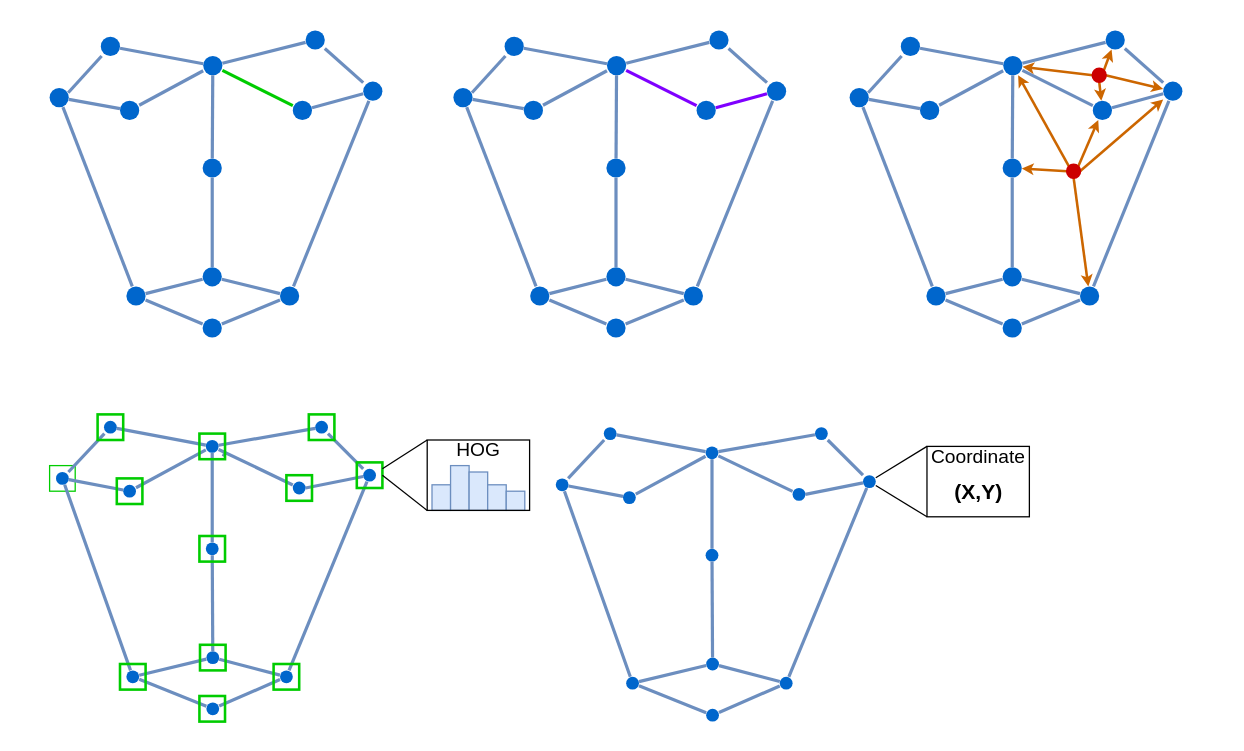
The draw.io diagram page "undefined_FG" (6 of 6) of FG_example.drawio in 1009351456/Anonymous, before the edit. Source tidied: cells renumbered, new cells numbered last; positions are measured from the earlier drawing's top-left corner, leaving out a move shared by most shapes. Both pictures are drawn from the tidied source at 64%, with x=0, y=0 at pixel (11, 11).
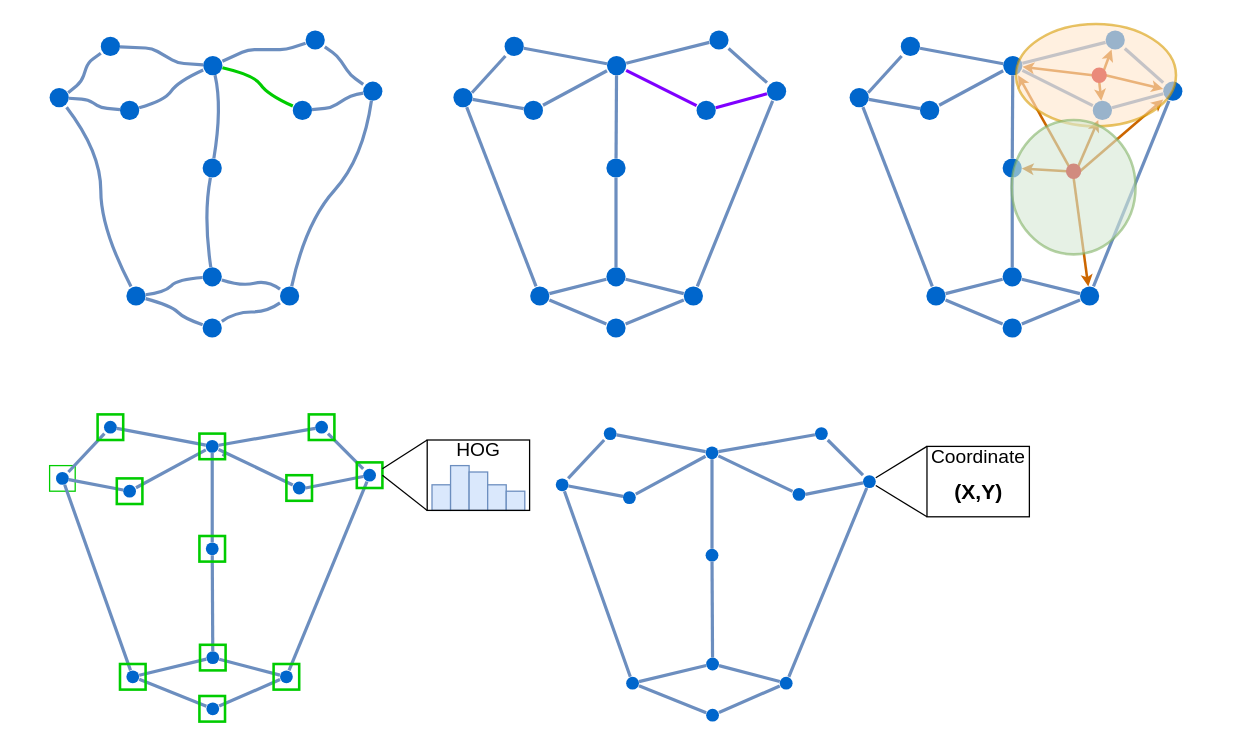
Above is the later version.

The change refers to these unchanged cells:
```xml
<mxCell id="5" style="shape=ellipse;fillColor=#0066CC;strokeColor=none;html=1;" parent="1" vertex="1">
  <mxGeometry x="60" y="120" width="30" height="30" as="geometry" />
</mxCell>
<mxCell id="6" style="shape=ellipse;fillColor=#0066CC;strokeColor=none;html=1;" parent="1" vertex="1">
  <mxGeometry x="140" y="40" width="30" height="30" as="geometry" />
</mxCell>
<mxCell id="7" style="shape=ellipse;fillColor=#0066CC;strokeColor=none;html=1;" parent="1" vertex="1">
  <mxGeometry x="300" y="70" width="30" height="30" as="geometry" />
</mxCell>
<mxCell id="8" style="shape=ellipse;fillColor=#0066CC;strokeColor=none;html=1;" parent="1" vertex="1">
  <mxGeometry x="299.1" y="230" width="30" height="30" as="geometry" />
</mxCell>
<mxCell id="9" style="shape=ellipse;fillColor=#0066CC;strokeColor=none;html=1;" parent="1" vertex="1">
  <mxGeometry x="460" y="30" width="30" height="30" as="geometry" />
</mxCell>
<mxCell id="10" style="shape=ellipse;fillColor=#0066CC;strokeColor=none;html=1;" parent="1" vertex="1">
  <mxGeometry x="550" y="110" width="30" height="30" as="geometry" />
</mxCell>
<mxCell id="11" style="shape=ellipse;fillColor=#0066CC;strokeColor=none;html=1;" parent="1" vertex="1">
  <mxGeometry x="180" y="430" width="30" height="30" as="geometry" />
</mxCell>
<mxCell id="12" style="shape=ellipse;fillColor=#0066CC;strokeColor=none;html=1;" parent="1" vertex="1">
  <mxGeometry x="420" y="430" width="30" height="30" as="geometry" />
</mxCell>
<mxCell id="13" style="shape=ellipse;fillColor=#0066CC;strokeColor=none;html=1;" parent="1" vertex="1">
  <mxGeometry x="299.1" y="400" width="30" height="30" as="geometry" />
</mxCell>
<mxCell id="14" style="shape=ellipse;fillColor=#0066CC;strokeColor=none;html=1;" parent="1" vertex="1">
  <mxGeometry x="299.1" y="480" width="30" height="30" as="geometry" />
</mxCell>
<mxCell id="27" style="shape=ellipse;fillColor=#0066CC;strokeColor=none;html=1;" parent="1" vertex="1">
  <mxGeometry x="170" y="140" width="30" height="30" as="geometry" />
</mxCell>
<mxCell id="28" style="shape=ellipse;fillColor=#0066CC;strokeColor=none;html=1;" parent="1" vertex="1">
  <mxGeometry x="440" y="140" width="30" height="30" as="geometry" />
</mxCell>
```

The edit, as a diff of the source:
```diff
@@
     <mxCell id="2" style="rounded=0;whiteSpace=wrap;html=1;strokeColor=none;strokeWidth=4;fillColor=#ffffff;gradientColor=none;fontFamily=Helvetica;fontSize=33;" parent="1" vertex="1">
-      <mxGeometry width="1910" height="1140" as="geometry" />
+      <mxGeometry width="1870" height="1140" as="geometry" />
     </mxCell>
@@
     <mxCell id="15" style="endArrow=none;html=1;fontSize=56;exitX=0.967;exitY=0.246;exitDx=0;exitDy=0;strokeWidth=5;fillColor=#dae8fc;strokeColor=#6c8ebf;exitPerimeter=0;" parent="1" edge="1" source="5" target="6">
-      <mxGeometry relative="1" as="geometry" />
+      <mxGeometry relative="1" as="geometry">
+        <Array as="points">
+          <mxPoint x="110" y="110" />
+          <mxPoint x="120" y="80" />
+        </Array>
+      </mxGeometry>
     </mxCell>
     <mxCell id="16" style="endArrow=none;html=1;fontSize=56;strokeWidth=5;fillColor=#dae8fc;strokeColor=#6c8ebf;" parent="1" edge="1" source="6" target="7">
-      <mxGeometry relative="1" as="geometry" />
+      <mxGeometry relative="1" as="geometry">
+        <Array as="points">
+          <mxPoint x="220" y="58" />
+          <mxPoint x="260" y="81" />
+        </Array>
+      </mxGeometry>
     </mxCell>
-    <mxCell id="17" style="endArrow=none;html=1;fontSize=56;strokeWidth=5;fillColor=#dae8fc;strokeColor=#6c8ebf;" parent="1" edge="1" source="7" target="8">
-      <mxGeometry relative="1" as="geometry" />
+    <mxCell id="17" style="endArrow=none;html=1;fontSize=56;strokeWidth=5;fillColor=#dae8fc;strokeColor=#6c8ebf;curved=1;" parent="1" edge="1" source="7" target="8">
+      <mxGeometry relative="1" as="geometry">
+        <Array as="points">
+          <mxPoint x="330" y="150" />
+        </Array>
+      </mxGeometry>
     </mxCell>
     <mxCell id="18" style="endArrow=none;html=1;fontSize=56;strokeWidth=5;fillColor=#dae8fc;strokeColor=#6c8ebf;" parent="1" edge="1" source="7" target="9">
-      <mxGeometry relative="1" as="geometry" />
+      <mxGeometry relative="1" as="geometry">
+        <Array as="points">
+          <mxPoint x="370" y="60" />
+          <mxPoint x="430" y="60" />
+        </Array>
+      </mxGeometry>
     </mxCell>
     <mxCell id="19" style="endArrow=none;html=1;fontSize=56;strokeWidth=5;fillColor=#dae8fc;strokeColor=#6c8ebf;" parent="1" edge="1" source="9" target="10">
-      <mxGeometry relative="1" as="geometry" />
+      <mxGeometry relative="1" as="geometry">
+        <Array as="points">
+          <mxPoint x="510" y="70" />
+          <mxPoint x="530" y="100" />
+        </Array>
+      </mxGeometry>
     </mxCell>
-    <mxCell id="20" style="endArrow=none;html=1;fontSize=56;strokeWidth=5;fillColor=#dae8fc;strokeColor=#6c8ebf;" parent="1" edge="1" source="8" target="13">
-      <mxGeometry relative="1" as="geometry" />
+    <mxCell id="20" style="endArrow=none;html=1;fontSize=56;strokeWidth=5;fillColor=#dae8fc;strokeColor=#6c8ebf;curved=1;" parent="1" edge="1" source="8" target="13">
+      <mxGeometry relative="1" as="geometry">
+        <Array as="points">
+          <mxPoint x="300" y="320" />
+        </Array>
+      </mxGeometry>
     </mxCell>
-    <mxCell id="21" style="endArrow=none;html=1;fontSize=56;strokeWidth=5;fillColor=#dae8fc;strokeColor=#6c8ebf;" parent="1" edge="1" source="10" target="12">
-      <mxGeometry relative="1" as="geometry" />
+    <mxCell id="21" style="endArrow=none;html=1;fontSize=56;strokeWidth=5;fillColor=#dae8fc;strokeColor=#6c8ebf;curved=1;" parent="1" edge="1" source="10" target="12">
+      <mxGeometry relative="1" as="geometry">
+        <Array as="points">
+          <mxPoint x="550" y="230" />
+          <mxPoint x="460" y="330" />
+        </Array>
+      </mxGeometry>
     </mxCell>
-    <mxCell id="22" style="endArrow=none;html=1;fontSize=56;strokeWidth=5;fillColor=#dae8fc;strokeColor=#6c8ebf;" parent="1" edge="1" source="11" target="5">
-      <mxGeometry relative="1" as="geometry" />
+    <mxCell id="22" style="endArrow=none;html=1;fontSize=56;strokeWidth=5;fillColor=#dae8fc;strokeColor=#6c8ebf;curved=1;" parent="1" edge="1" source="11" target="5">
+      <mxGeometry relative="1" as="geometry">
+        <Array as="points">
+          <mxPoint x="140" y="340" />
+          <mxPoint x="140" y="220" />
+        </Array>
+      </mxGeometry>
     </mxCell>
-    <mxCell id="23" style="endArrow=none;html=1;fontSize=56;strokeWidth=5;fillColor=#dae8fc;strokeColor=#6c8ebf;" parent="1" edge="1" source="12" target="13">
-      <mxGeometry relative="1" as="geometry" />
+    <mxCell id="23" style="endArrow=none;html=1;fontSize=56;strokeWidth=5;fillColor=#dae8fc;strokeColor=#6c8ebf;curved=1;" parent="1" edge="1" source="12" target="13">
+      <mxGeometry relative="1" as="geometry">
+        <Array as="points">
+          <mxPoint x="400" y="420" />
+          <mxPoint x="360" y="430" />
+        </Array>
+      </mxGeometry>
     </mxCell>
-    <mxCell id="24" style="endArrow=none;html=1;fontSize=56;strokeWidth=5;fillColor=#dae8fc;strokeColor=#6c8ebf;" parent="1" edge="1" source="14" target="12">
-      <mxGeometry relative="1" as="geometry" />
+    <mxCell id="24" style="endArrow=none;html=1;fontSize=56;strokeWidth=5;fillColor=#dae8fc;strokeColor=#6c8ebf;curved=1;" parent="1" edge="1" source="14" target="12">
+      <mxGeometry relative="1" as="geometry">
+        <Array as="points">
+          <mxPoint x="350" y="470" />
+          <mxPoint x="400" y="470" />
+        </Array>
+      </mxGeometry>
     </mxCell>
-    <mxCell id="25" style="endArrow=none;html=1;fontSize=56;strokeWidth=5;fillColor=#dae8fc;strokeColor=#6c8ebf;" parent="1" edge="1" source="11" target="13">
-      <mxGeometry relative="1" as="geometry" />
+    <mxCell id="25" style="endArrow=none;html=1;fontSize=56;strokeWidth=5;fillColor=#dae8fc;strokeColor=#6c8ebf;curved=1;" parent="1" edge="1" source="11" target="13">
+      <mxGeometry relative="1" as="geometry">
+        <Array as="points">
+          <mxPoint x="240" y="439" />
+          <mxPoint x="260" y="419" />
+        </Array>
+      </mxGeometry>
     </mxCell>
-    <mxCell id="26" style="endArrow=none;html=1;fontSize=56;strokeWidth=5;fillColor=#dae8fc;strokeColor=#6c8ebf;" parent="1" edge="1" source="11" target="14">
-      <mxGeometry relative="1" as="geometry" />
+    <mxCell id="26" style="endArrow=none;html=1;fontSize=56;strokeWidth=5;fillColor=#dae8fc;strokeColor=#6c8ebf;curved=1;" parent="1" edge="1" source="11" target="14">
+      <mxGeometry relative="1" as="geometry">
+        <Array as="points">
+          <mxPoint x="250" y="460" />
+          <mxPoint x="270" y="480" />
+        </Array>
+      </mxGeometry>
     </mxCell>
@@
     <mxCell id="29" style="endArrow=none;html=1;fontSize=56;strokeWidth=5;fillColor=#dae8fc;strokeColor=#6c8ebf;" parent="1" edge="1" source="5" target="27">
-      <mxGeometry relative="1" as="geometry" />
+      <mxGeometry relative="1" as="geometry">
+        <Array as="points">
+          <mxPoint x="120" y="138" />
+          <mxPoint x="140" y="151" />
+        </Array>
+      </mxGeometry>
     </mxCell>
-    <mxCell id="30" style="endArrow=none;html=1;fontSize=56;strokeWidth=5;fillColor=#dae8fc;strokeColor=#6c8ebf;" parent="1" edge="1" source="27" target="7">
-      <mxGeometry relative="1" as="geometry" />
+    <mxCell id="30" style="endArrow=none;html=1;fontSize=56;strokeWidth=5;fillColor=#dae8fc;strokeColor=#6c8ebf;curved=1;" parent="1" edge="1" source="27" target="7">
+      <mxGeometry relative="1" as="geometry">
+        <Array as="points">
+          <mxPoint x="240" y="140" />
+          <mxPoint x="260" y="110" />
+        </Array>
+      </mxGeometry>
     </mxCell>
     <mxCell id="31" style="endArrow=none;html=1;fontSize=56;strokeWidth=5;fillColor=#dae8fc;strokeColor=#6c8ebf;" parent="1" edge="1" source="28" target="10">
-      <mxGeometry relative="1" as="geometry" />
+      <mxGeometry relative="1" as="geometry">
+        <Array as="points">
+          <mxPoint x="500" y="151" />
+          <mxPoint x="530" y="132" />
+        </Array>
+      </mxGeometry>
     </mxCell>
-    <mxCell id="32" style="endArrow=none;html=1;fontSize=56;strokeWidth=5;fillColor=#dae8fc;strokeColor=#00CC00;" parent="1" edge="1" source="28" target="7">
-      <mxGeometry relative="1" as="geometry" />
+    <mxCell id="32" style="endArrow=none;html=1;fontSize=56;strokeWidth=5;fillColor=#dae8fc;strokeColor=#00CC00;curved=1;" parent="1" edge="1" source="28" target="7">
+      <mxGeometry relative="1" as="geometry">
+        <Array as="points">
+          <mxPoint x="400" y="130" />
+          <mxPoint x="380" y="100" />
+        </Array>
+      </mxGeometry>
     </mxCell>
@@
+    <mxCell id="181" style="ellipse;whiteSpace=wrap;html=1;strokeColor=#d79b00;strokeWidth=4;fillColor=#ffe6cc;fontFamily=Helvetica;fontSize=33;opacity=60;" parent="1" vertex="1">
+      <mxGeometry x="1570" y="20" width="250" height="160" as="geometry" />
+    </mxCell>
+    <mxCell id="182" style="ellipse;whiteSpace=wrap;html=1;strokeColor=#82b366;strokeWidth=4;fillColor=#d5e8d4;fontFamily=Helvetica;fontSize=33;opacity=60;" parent="1" vertex="1">
+      <mxGeometry x="1563.2" y="170" width="193.6" height="210" as="geometry" />
+    </mxCell>
```
